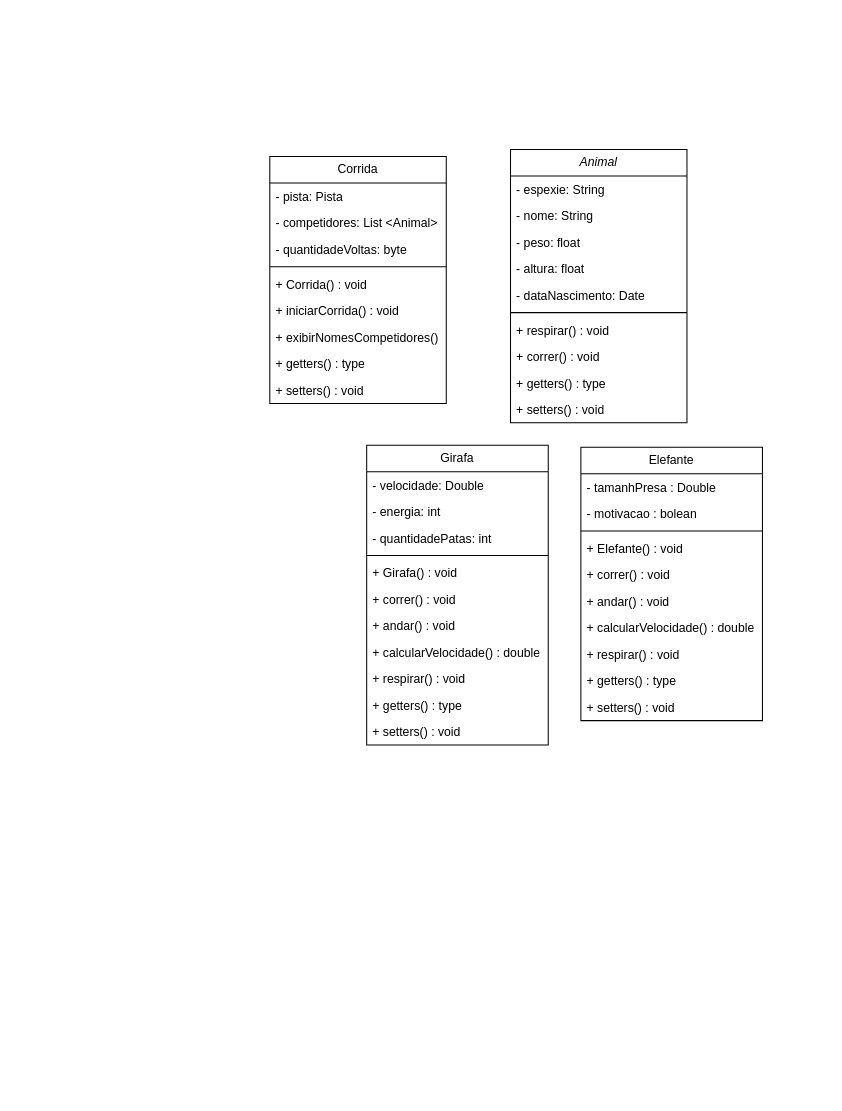
Earlier version of the draw.io diagram Modulo-05/Diagrama sem nome.drawio (regis-amaral/Devs2Blu). Source tidied: cells renumbered, new cells numbered last; positions are measured from the earlier drawing's top-left corner, leaving out a move shared by most shapes. Both pictures are drawn from the tidied source at 102%, with x=0, y=0 at pixel (269, 149).
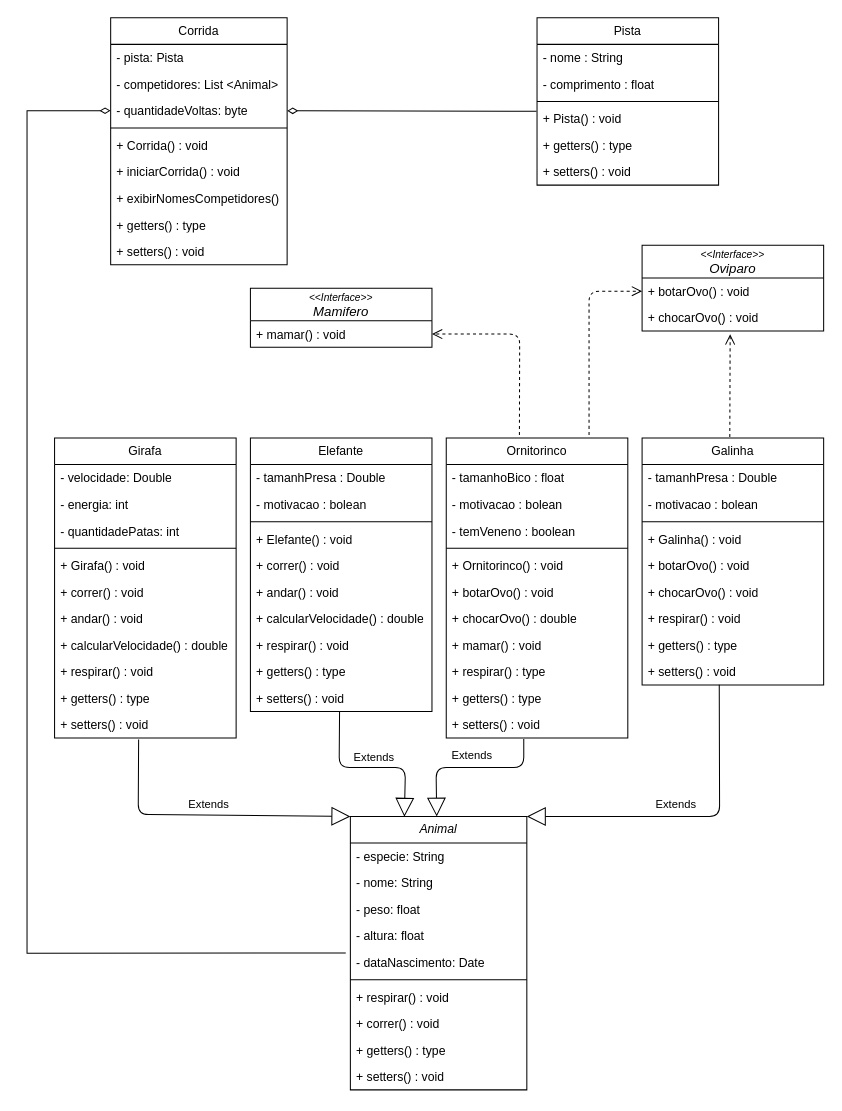
The same diagram, later.

The change refers to these unchanged cells:
```xml
<mxCell id="5" value="- quantidadeVoltas: byte" style="text;strokeColor=none;fillColor=none;align=left;verticalAlign=top;spacingLeft=4;spacingRight=4;overflow=hidden;points=[[0,0.5],[1,0.5]];portConstraint=eastwest;whiteSpace=wrap;html=1;" parent="2" vertex="1">
  <mxGeometry y="78" width="173" height="26" as="geometry" />
</mxCell>
<mxCell id="17" value="- dataNascimento: Date" style="text;strokeColor=none;fillColor=none;align=left;verticalAlign=top;spacingLeft=4;spacingRight=4;overflow=hidden;points=[[0,0.5],[1,0.5]];portConstraint=eastwest;whiteSpace=wrap;html=1;" parent="12" vertex="1">
  <mxGeometry y="130" width="173" height="26" as="geometry" />
</mxCell>
<mxCell id="34" value="+ setters()&amp;nbsp;: void" style="text;strokeColor=none;fillColor=none;align=left;verticalAlign=top;spacingLeft=4;spacingRight=4;overflow=hidden;points=[[0,0.5],[1,0.5]];portConstraint=eastwest;whiteSpace=wrap;html=1;" parent="23" vertex="1">
  <mxGeometry y="268" width="178" height="26" as="geometry" />
</mxCell>
<mxCell id="45" value="+ setters()&amp;nbsp;: void" style="text;strokeColor=none;fillColor=none;align=left;verticalAlign=top;spacingLeft=4;spacingRight=4;overflow=hidden;points=[[0,0.5],[1,0.5]];portConstraint=eastwest;whiteSpace=wrap;html=1;" parent="35" vertex="1">
  <mxGeometry y="242" width="178" height="26" as="geometry" />
</mxCell>
```

Diff of the diagram source:
```diff
@@
     <mxCell id="2" value="Corrida" style="swimlane;fontStyle=0;horizontal=1;startSize=26;fillColor=none;whiteSpace=wrap;html=1;" parent="1" vertex="1">
-      <mxGeometry y="7" width="173" height="242" as="geometry" />
+      <mxGeometry x="-156" y="-129" width="173" height="242" as="geometry" />
     </mxCell>
@@
     <mxCell id="12" value="&lt;i&gt;Animal&lt;/i&gt;" style="swimlane;fontStyle=0;horizontal=1;startSize=26;fillColor=none;whiteSpace=wrap;html=1;" parent="1" vertex="1">
-      <mxGeometry x="236" width="173" height="268" as="geometry" />
+      <mxGeometry x="79" y="654" width="173" height="268" as="geometry" />
     </mxCell>
-    <mxCell id="13" value="- espexie: String" style="text;strokeColor=none;fillColor=none;align=left;verticalAlign=top;spacingLeft=4;spacingRight=4;overflow=hidden;whiteSpace=wrap;html=1;" parent="12" vertex="1">
+    <mxCell id="13" value="- especie: String" style="text;strokeColor=none;fillColor=none;align=left;verticalAlign=top;spacingLeft=4;spacingRight=4;overflow=hidden;whiteSpace=wrap;html=1;" parent="12" vertex="1">
       <mxGeometry y="26" width="173" height="26" as="geometry" />
     </mxCell>
@@
     <mxCell id="23" value="Girafa" style="swimlane;fontStyle=0;horizontal=1;startSize=26;fillColor=none;whiteSpace=wrap;html=1;" parent="1" vertex="1">
-      <mxGeometry x="95" y="290" width="178" height="294" as="geometry" />
+      <mxGeometry x="-211" y="283" width="178" height="294" as="geometry" />
     </mxCell>
@@
     <mxCell id="35" value="Elefante" style="swimlane;fontStyle=0;horizontal=1;startSize=26;fillColor=none;whiteSpace=wrap;html=1;" parent="1" vertex="1">
-      <mxGeometry x="305" y="292" width="178" height="268" as="geometry" />
+      <mxGeometry x="-19" y="283" width="178" height="268" as="geometry" />
     </mxCell>
@@
+    <mxCell id="46" value="Galinha" style="swimlane;fontStyle=0;horizontal=1;startSize=26;fillColor=none;whiteSpace=wrap;html=1;" parent="1" vertex="1">
+      <mxGeometry x="365" y="283" width="178" height="242" as="geometry" />
+    </mxCell>
+    <mxCell id="47" value="- tamanhPresa : Double" style="text;strokeColor=none;fillColor=none;align=left;verticalAlign=top;spacingLeft=4;spacingRight=4;overflow=hidden;whiteSpace=wrap;html=1;" parent="46" vertex="1">
+      <mxGeometry y="26" width="178" height="26" as="geometry" />
+    </mxCell>
+    <mxCell id="48" value="- motivacao : bolean" style="text;strokeColor=none;fillColor=none;align=left;verticalAlign=top;spacingLeft=4;spacingRight=4;overflow=hidden;whiteSpace=wrap;html=1;" parent="46" vertex="1">
+      <mxGeometry y="52" width="178" height="26" as="geometry" />
+    </mxCell>
+    <mxCell id="49" style="line;strokeWidth=1;fillColor=none;align=left;verticalAlign=middle;spacingTop=-1;spacingLeft=3;spacingRight=3;labelPosition=right;strokeColor=inherit;" parent="46" vertex="1">
+      <mxGeometry y="78" width="178" height="8" as="geometry" />
+    </mxCell>
+    <mxCell id="50" value="+ Galinha()&amp;nbsp;: void" style="text;strokeColor=none;fillColor=none;align=left;verticalAlign=top;spacingLeft=4;spacingRight=4;overflow=hidden;whiteSpace=wrap;html=1;" parent="46" vertex="1">
+      <mxGeometry y="86" width="178" height="26" as="geometry" />
+    </mxCell>
+    <mxCell id="51" value="+ botarOvo()&amp;nbsp;: void" style="text;strokeColor=none;fillColor=none;align=left;verticalAlign=top;spacingLeft=4;spacingRight=4;overflow=hidden;whiteSpace=wrap;html=1;" parent="46" vertex="1">
+      <mxGeometry y="112" width="178" height="26" as="geometry" />
+    </mxCell>
+    <mxCell id="52" value="+ chocarOvo() : void" style="text;strokeColor=none;fillColor=none;align=left;verticalAlign=top;spacingLeft=4;spacingRight=4;overflow=hidden;whiteSpace=wrap;html=1;" parent="46" vertex="1">
+      <mxGeometry y="138" width="178" height="26" as="geometry" />
+    </mxCell>
+    <mxCell id="53" value="+ respirar()&amp;nbsp;: void" style="text;strokeColor=none;fillColor=none;align=left;verticalAlign=top;spacingLeft=4;spacingRight=4;overflow=hidden;whiteSpace=wrap;html=1;" parent="46" vertex="1">
+      <mxGeometry y="164" width="178" height="26" as="geometry" />
+    </mxCell>
+    <mxCell id="54" value="+ getters()&amp;nbsp;: type" style="text;strokeColor=none;fillColor=none;align=left;verticalAlign=top;spacingLeft=4;spacingRight=4;overflow=hidden;whiteSpace=wrap;html=1;" parent="46" vertex="1">
+      <mxGeometry y="190" width="178" height="26" as="geometry" />
+    </mxCell>
+    <mxCell id="55" value="+ setters()&amp;nbsp;: void" style="text;strokeColor=none;fillColor=none;align=left;verticalAlign=top;spacingLeft=4;spacingRight=4;overflow=hidden;points=[[0,0.5],[1,0.5]];portConstraint=eastwest;whiteSpace=wrap;html=1;" parent="46" vertex="1">
+      <mxGeometry y="216" width="178" height="26" as="geometry" />
+    </mxCell>
+    <mxCell id="56" value="&lt;i&gt;&lt;font style=&quot;&quot;&gt;&lt;span style=&quot;font-size: 10px;&quot;&gt;&amp;lt;&amp;lt;Interface&amp;gt;&amp;gt;&lt;/span&gt;&lt;br&gt;&lt;font style=&quot;font-size: 13px;&quot;&gt;Oviparo&lt;/font&gt;&lt;br&gt;&lt;/font&gt;&lt;/i&gt;" style="swimlane;fontStyle=0;horizontal=1;startSize=32;fillColor=none;whiteSpace=wrap;html=1;" parent="1" vertex="1">
+      <mxGeometry x="365" y="94" width="178" height="84" as="geometry" />
+    </mxCell>
+    <mxCell id="57" value="+ botarOvo()&amp;nbsp;: void" style="text;strokeColor=none;fillColor=none;align=left;verticalAlign=top;spacingLeft=4;spacingRight=4;overflow=hidden;points=[[0,0.5],[1,0.5]];portConstraint=eastwest;whiteSpace=wrap;html=1;" parent="56" vertex="1">
+      <mxGeometry y="32" width="178" height="26" as="geometry" />
+    </mxCell>
+    <mxCell id="58" value="+ chocarOvo()&amp;nbsp;: void" style="text;strokeColor=none;fillColor=none;align=left;verticalAlign=top;spacingLeft=4;spacingRight=4;overflow=hidden;points=[[0,0.5],[1,0.5]];portConstraint=eastwest;whiteSpace=wrap;html=1;" parent="56" vertex="1">
+      <mxGeometry y="58" width="178" height="26" as="geometry" />
+    </mxCell>
+    <mxCell id="59" value="Ornitorinco" style="swimlane;fontStyle=0;horizontal=1;startSize=26;fillColor=none;whiteSpace=wrap;html=1;" parent="1" vertex="1">
+      <mxGeometry x="173" y="283" width="178" height="294" as="geometry" />
+    </mxCell>
+    <mxCell id="60" value="- tamanhoBico : float" style="text;strokeColor=none;fillColor=none;align=left;verticalAlign=top;spacingLeft=4;spacingRight=4;overflow=hidden;whiteSpace=wrap;html=1;" parent="59" vertex="1">
+      <mxGeometry y="26" width="178" height="26" as="geometry" />
+    </mxCell>
+    <mxCell id="61" value="- motivacao : bolean" style="text;strokeColor=none;fillColor=none;align=left;verticalAlign=top;spacingLeft=4;spacingRight=4;overflow=hidden;whiteSpace=wrap;html=1;" parent="59" vertex="1">
+      <mxGeometry y="52" width="178" height="26" as="geometry" />
+    </mxCell>
+    <mxCell id="62" value="- temVeneno : boolean" style="text;strokeColor=none;fillColor=none;align=left;verticalAlign=top;spacingLeft=4;spacingRight=4;overflow=hidden;whiteSpace=wrap;html=1;" parent="59" vertex="1">
+      <mxGeometry y="78" width="178" height="26" as="geometry" />
+    </mxCell>
+    <mxCell id="63" style="line;strokeWidth=1;fillColor=none;align=left;verticalAlign=middle;spacingTop=-1;spacingLeft=3;spacingRight=3;labelPosition=right;strokeColor=inherit;" parent="59" vertex="1">
+      <mxGeometry y="104" width="178" height="8" as="geometry" />
+    </mxCell>
+    <mxCell id="64" value="+ Ornitorinco()&amp;nbsp;: void" style="text;strokeColor=none;fillColor=none;align=left;verticalAlign=top;spacingLeft=4;spacingRight=4;overflow=hidden;whiteSpace=wrap;html=1;" parent="59" vertex="1">
+      <mxGeometry y="112" width="178" height="26" as="geometry" />
+    </mxCell>
+    <mxCell id="65" value="+ botarOvo() : void" style="text;strokeColor=none;fillColor=none;align=left;verticalAlign=top;spacingLeft=4;spacingRight=4;overflow=hidden;whiteSpace=wrap;html=1;" parent="59" vertex="1">
+      <mxGeometry y="138" width="178" height="26" as="geometry" />
+    </mxCell>
+    <mxCell id="66" value="+ chocarOvo() : double" style="text;strokeColor=none;fillColor=none;align=left;verticalAlign=top;spacingLeft=4;spacingRight=4;overflow=hidden;whiteSpace=wrap;html=1;" parent="59" vertex="1">
+      <mxGeometry y="164" width="178" height="26" as="geometry" />
+    </mxCell>
+    <mxCell id="67" value="+ mamar()&amp;nbsp;: void" style="text;strokeColor=none;fillColor=none;align=left;verticalAlign=top;spacingLeft=4;spacingRight=4;overflow=hidden;whiteSpace=wrap;html=1;" parent="59" vertex="1">
+      <mxGeometry y="190" width="178" height="26" as="geometry" />
+    </mxCell>
+    <mxCell id="68" value="+ respirar()&amp;nbsp;: type" style="text;strokeColor=none;fillColor=none;align=left;verticalAlign=top;spacingLeft=4;spacingRight=4;overflow=hidden;whiteSpace=wrap;html=1;" parent="59" vertex="1">
+      <mxGeometry y="216" width="178" height="26" as="geometry" />
+    </mxCell>
+    <mxCell id="69" value="+ getters()&amp;nbsp;: type" style="text;strokeColor=none;fillColor=none;align=left;verticalAlign=top;spacingLeft=4;spacingRight=4;overflow=hidden;whiteSpace=wrap;html=1;" parent="59" vertex="1">
+      <mxGeometry y="242" width="178" height="26" as="geometry" />
+    </mxCell>
+    <mxCell id="70" value="+ setters()&amp;nbsp;: void" style="text;strokeColor=none;fillColor=none;align=left;verticalAlign=top;spacingLeft=4;spacingRight=4;overflow=hidden;whiteSpace=wrap;html=1;" parent="59" vertex="1">
+      <mxGeometry y="268" width="178" height="26" as="geometry" />
+    </mxCell>
+    <mxCell id="71" value="Pista" style="swimlane;fontStyle=0;horizontal=1;startSize=26;fillColor=none;whiteSpace=wrap;html=1;" parent="1" vertex="1">
+      <mxGeometry x="262" y="-129" width="178" height="164" as="geometry" />
+    </mxCell>
+    <mxCell id="72" value="- nome : String" style="text;strokeColor=none;fillColor=none;align=left;verticalAlign=top;spacingLeft=4;spacingRight=4;overflow=hidden;whiteSpace=wrap;html=1;" parent="71" vertex="1">
+      <mxGeometry y="26" width="178" height="26" as="geometry" />
+    </mxCell>
+    <mxCell id="73" value="- comprimento : float" style="text;strokeColor=none;fillColor=none;align=left;verticalAlign=top;spacingLeft=4;spacingRight=4;overflow=hidden;whiteSpace=wrap;html=1;" parent="71" vertex="1">
+      <mxGeometry y="52" width="178" height="26" as="geometry" />
+    </mxCell>
+    <mxCell id="74" style="line;strokeWidth=1;fillColor=none;align=left;verticalAlign=middle;spacingTop=-1;spacingLeft=3;spacingRight=3;labelPosition=right;strokeColor=inherit;" parent="71" vertex="1">
+      <mxGeometry y="78" width="178" height="8" as="geometry" />
+    </mxCell>
+    <mxCell id="75" value="+ Pista()&amp;nbsp;: void" style="text;strokeColor=none;fillColor=none;align=left;verticalAlign=top;spacingLeft=4;spacingRight=4;overflow=hidden;points=[[0,0.5],[1,0.5]];portConstraint=eastwest;whiteSpace=wrap;html=1;" parent="71" vertex="1">
+      <mxGeometry y="86" width="178" height="26" as="geometry" />
+    </mxCell>
+    <mxCell id="76" value="+ getters()&amp;nbsp;: type" style="text;strokeColor=none;fillColor=none;align=left;verticalAlign=top;spacingLeft=4;spacingRight=4;overflow=hidden;whiteSpace=wrap;html=1;" parent="71" vertex="1">
+      <mxGeometry y="112" width="178" height="26" as="geometry" />
+    </mxCell>
+    <mxCell id="77" value="+ setters()&amp;nbsp;: void" style="text;strokeColor=none;fillColor=none;align=left;verticalAlign=top;spacingLeft=4;spacingRight=4;overflow=hidden;whiteSpace=wrap;html=1;" parent="71" vertex="1">
+      <mxGeometry y="138" width="178" height="26" as="geometry" />
+    </mxCell>
+    <mxCell id="78" value="&lt;i&gt;&lt;font style=&quot;&quot;&gt;&lt;span style=&quot;font-size: 10px;&quot;&gt;&amp;lt;&amp;lt;Interface&amp;gt;&amp;gt;&lt;/span&gt;&lt;br&gt;&lt;font style=&quot;font-size: 13px;&quot;&gt;Mamifero&lt;/font&gt;&lt;br&gt;&lt;/font&gt;&lt;/i&gt;" style="swimlane;fontStyle=0;horizontal=1;startSize=32;fillColor=none;whiteSpace=wrap;html=1;" parent="1" vertex="1">
+      <mxGeometry x="-19" y="136" width="178" height="58" as="geometry" />
+    </mxCell>
+    <mxCell id="79" value="+ mamar()&amp;nbsp;: void" style="text;strokeColor=none;fillColor=none;align=left;verticalAlign=top;spacingLeft=4;spacingRight=4;overflow=hidden;points=[[0,0.5],[1,0.5]];portConstraint=eastwest;whiteSpace=wrap;html=1;" parent="78" vertex="1">
+      <mxGeometry y="32" width="178" height="26" as="geometry" />
+    </mxCell>
+    <mxCell id="80" value="&lt;br&gt;" style="html=1;verticalAlign=bottom;labelBackgroundColor=none;endArrow=open;endFill=0;dashed=1;rounded=1;strokeColor=default;strokeWidth=1;fontFamily=Helvetica;fontSize=11;fontColor=default;startSize=8;endSize=8;shape=connector;jumpSize=6;entryX=0;entryY=0.5;entryDx=0;entryDy=0;flowAnimation=1;" parent="1" edge="1" target="57">
+      <mxGeometry relative="1" as="geometry">
+        <mxPoint x="313" y="280" as="sourcePoint" />
+        <Array as="points">
+          <mxPoint x="313" y="139" />
+        </Array>
+      </mxGeometry>
+    </mxCell>
+    <mxCell id="81" value="&lt;br&gt;" style="html=1;verticalAlign=bottom;labelBackgroundColor=none;endArrow=open;endFill=0;dashed=1;rounded=1;strokeColor=default;strokeWidth=1;fontFamily=Helvetica;fontSize=11;fontColor=default;startSize=8;endSize=8;shape=connector;jumpSize=6;exitX=0.403;exitY=-0.01;exitDx=0;exitDy=0;exitPerimeter=0;flowAnimation=1;orthogonal=0;comic=0;noJump=0;snapToPoint=0;shadow=0;jumpStyle=none;" parent="1" edge="1" source="59" target="79">
+      <mxGeometry x="-0.3" relative="1" as="geometry">
+        <Array as="points">
+          <mxPoint x="245" y="181" />
+        </Array>
+      </mxGeometry>
+    </mxCell>
+    <mxCell id="82" value="&lt;br&gt;" style="html=1;verticalAlign=bottom;labelBackgroundColor=none;endArrow=open;endFill=0;dashed=1;rounded=0;strokeColor=default;strokeWidth=1;fontFamily=Helvetica;fontSize=11;fontColor=default;startSize=8;endSize=8;shape=connector;jumpSize=6;entryX=0.485;entryY=1.125;entryDx=0;entryDy=0;entryPerimeter=0;flowAnimation=1;" parent="1" edge="1" target="58">
+      <mxGeometry relative="1" as="geometry">
+        <mxPoint x="451" y="282" as="sourcePoint" />
+      </mxGeometry>
+    </mxCell>
+    <mxCell id="83" style="edgeStyle=none;shape=connector;rounded=0;jumpSize=6;jettySize=auto;html=1;labelBackgroundColor=none;strokeColor=default;strokeWidth=1;fontFamily=Helvetica;fontSize=11;fontColor=default;startArrow=diamondThin;startFill=0;endArrow=none;endFill=0;startSize=8;endSize=8;entryX=-0.003;entryY=0.218;entryDx=0;entryDy=0;entryPerimeter=0;" parent="1" edge="1" source="5" target="75">
+      <mxGeometry relative="1" as="geometry" />
+    </mxCell>
+    <mxCell id="84" value="Extends" style="endArrow=block;endSize=16;endFill=0;html=1;rounded=1;labelBackgroundColor=none;strokeColor=default;strokeWidth=1;fontFamily=Helvetica;fontSize=11;fontColor=default;shape=connector;jumpSize=6;exitX=0.425;exitY=0.994;exitDx=0;exitDy=0;exitPerimeter=0;entryX=1;entryY=0;entryDx=0;entryDy=0;" parent="1" edge="1" source="55" target="12">
+      <mxGeometry x="0.08" y="-12" relative="1" as="geometry">
+        <Array as="points">
+          <mxPoint x="441" y="654" />
+        </Array>
+      </mxGeometry>
+    </mxCell>
+    <mxCell id="85" value="Extends" style="endArrow=block;endSize=16;endFill=0;html=1;rounded=1;labelBackgroundColor=none;strokeColor=default;strokeWidth=1;fontFamily=Helvetica;fontSize=11;fontColor=default;shape=connector;jumpSize=6;" parent="1" edge="1" target="12">
+      <mxGeometry x="-0.03" y="-12" relative="1" as="geometry">
+        <mxPoint x="249" y="578" as="sourcePoint" />
+        <Array as="points">
+          <mxPoint x="249" y="606" />
+          <mxPoint x="163" y="606" />
+        </Array>
+      </mxGeometry>
+    </mxCell>
+    <mxCell id="86" value="Extends" style="endArrow=block;endSize=16;endFill=0;html=1;rounded=1;labelBackgroundColor=none;strokeColor=default;strokeWidth=1;fontFamily=Helvetica;fontSize=11;fontColor=default;shape=connector;jumpSize=6;exitX=0.491;exitY=0.994;exitDx=0;exitDy=0;exitPerimeter=0;entryX=0.306;entryY=0.001;entryDx=0;entryDy=0;entryPerimeter=0;" parent="1" edge="1" source="45" target="12">
+      <mxGeometry x="0.06" y="10" relative="1" as="geometry">
+        <Array as="points">
+          <mxPoint x="68" y="606" />
+          <mxPoint x="133" y="606" />
+        </Array>
+      </mxGeometry>
+    </mxCell>
+    <mxCell id="87" value="Extends" style="endArrow=block;endSize=16;endFill=0;html=1;rounded=1;labelBackgroundColor=none;strokeColor=default;strokeWidth=1;fontFamily=Helvetica;fontSize=11;fontColor=default;shape=connector;jumpSize=6;exitX=0.463;exitY=1.059;exitDx=0;exitDy=0;exitPerimeter=0;entryX=0;entryY=0;entryDx=0;entryDy=0;" parent="1" edge="1" source="34" target="12">
+      <mxGeometry x="0.01" y="11" relative="1" as="geometry">
+        <Array as="points">
+          <mxPoint x="-129" y="652" />
+        </Array>
+      </mxGeometry>
+    </mxCell>
+    <mxCell id="88" style="edgeStyle=none;shape=connector;rounded=0;jumpSize=6;jettySize=auto;html=1;entryX=-0.026;entryY=0.145;entryDx=0;entryDy=0;entryPerimeter=0;labelBackgroundColor=none;strokeColor=default;strokeWidth=1;fontFamily=Helvetica;fontSize=11;fontColor=default;startArrow=diamondThin;startFill=0;endArrow=none;endFill=0;startSize=8;endSize=8;" parent="1" edge="1" source="5" target="17">
+      <mxGeometry relative="1" as="geometry">
+        <Array as="points">
+          <mxPoint x="-238" y="-38" />
+          <mxPoint x="-238" y="788" />
+        </Array>
+      </mxGeometry>
+    </mxCell>
```
